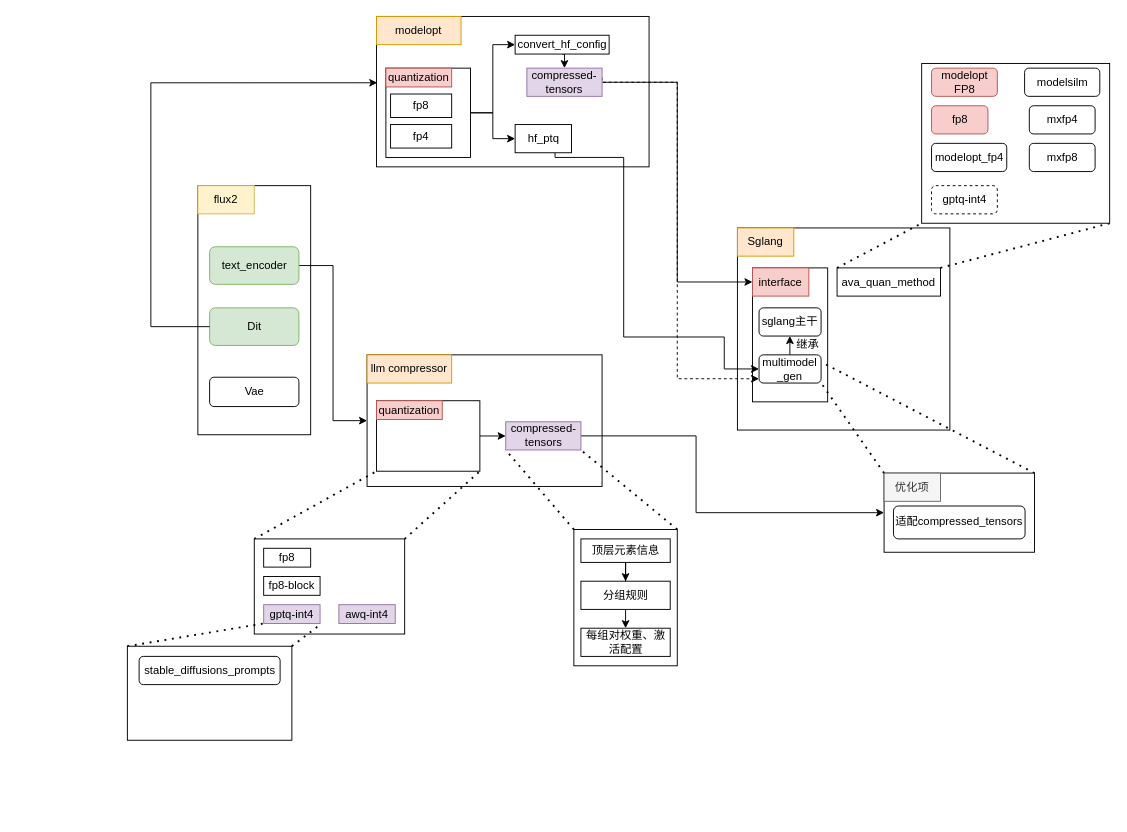
Above: resouces/llm_comperssor.drawio in mth-del/Ai_Infra (draw.io), before the change. Source tidied: cells renumbered, new cells numbered last; positions are measured from the earlier drawing's top-left corner, leaving out a move shared by most shapes. Both pictures are drawn from the tidied source at 94%, with x=0, y=0 at pixel (127, 16).
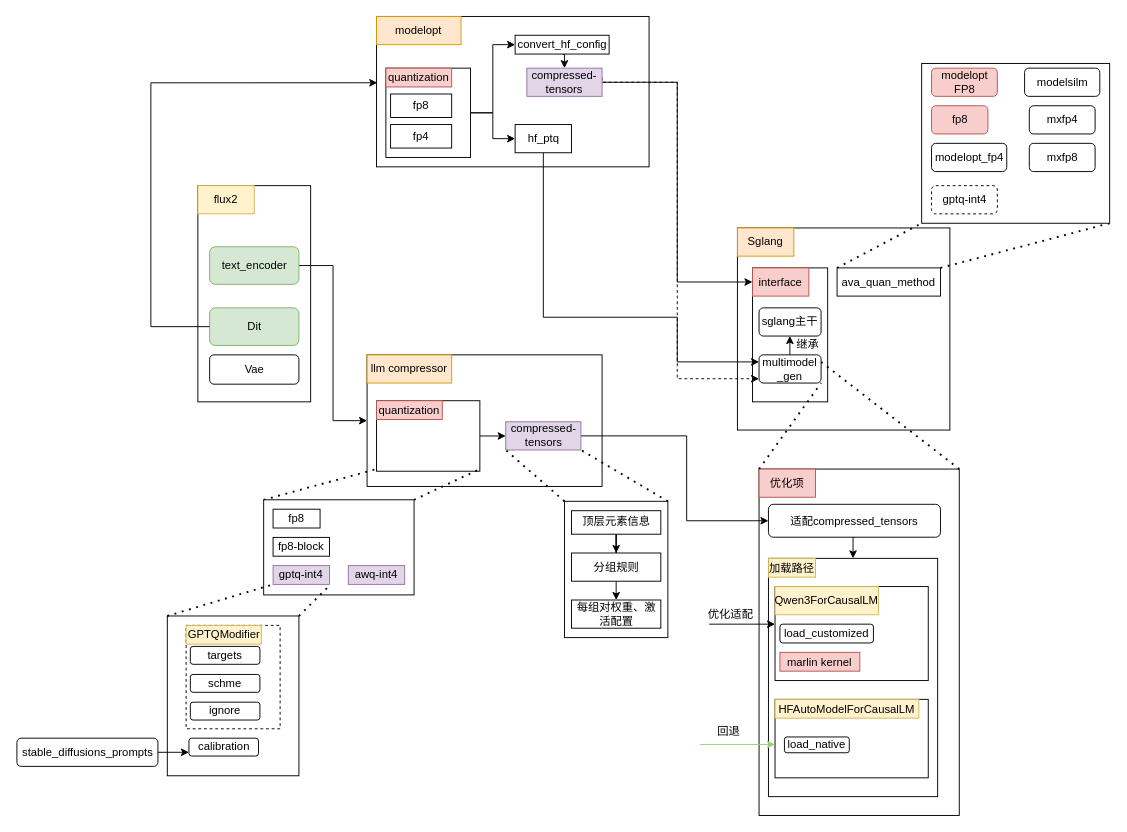
Above is the later version.

Unchanged cells that the change refers to:
```xml
<mxCell id="7" value="&lt;span style=&quot;font-size: 12px;&quot;&gt;compressed-tensors&lt;/span&gt;" style="rounded=0;whiteSpace=wrap;html=1;fillColor=#e1d5e7;strokeColor=#9673a6;" parent="1" vertex="1">
  <mxGeometry x="402.5" y="431.2" width="80" height="30" as="geometry" />
</mxCell>
<mxCell id="10" style="rounded=0;whiteSpace=wrap;html=1;" parent="1" vertex="1">
  <mxGeometry x="265" y="408.8" width="110" height="75" as="geometry" />
</mxCell>
<mxCell id="31" value="&lt;span style=&quot;font-size: 12px;&quot;&gt;hf_ptq&lt;/span&gt;" style="rounded=0;whiteSpace=wrap;html=1;" parent="1" vertex="1">
  <mxGeometry x="412.5" y="115" width="60" height="30" as="geometry" />
</mxCell>
<mxCell id="60" value="multimodel&lt;div&gt;_gen&lt;/div&gt;" style="rounded=1;whiteSpace=wrap;html=1;" parent="1" vertex="1">
  <mxGeometry x="672" y="360" width="66" height="30" as="geometry" />
</mxCell>
```

Change to the diagram source:
```diff
@@
+    <mxCell id="65" style="rounded=0;whiteSpace=wrap;html=1;" parent="1" vertex="1">
+      <mxGeometry x="672" y="481.5" width="213" height="368.5" as="geometry" />
+    </mxCell>
+    <mxCell id="75" style="edgeStyle=orthogonalEdgeStyle;rounded=0;jettySize=auto;html=1;exitX=0.5;exitY=1;exitDx=0;exitDy=0;entryX=0.5;entryY=0;entryDx=0;entryDy=0;" parent="1" edge="1" source="66" target="76">
+      <mxGeometry relative="1" as="geometry" />
+    </mxCell>
+    <mxCell id="66" value="适配compressed_tensors" style="rounded=1;whiteSpace=wrap;html=1;" parent="1" vertex="1">
+      <mxGeometry x="682" y="519" width="183" height="35" as="geometry" />
+    </mxCell>
+    <mxCell id="67" value="优化项" style="text;html=1;whiteSpace=wrap;strokeColor=#b85450;fillColor=#f8cecc;align=center;verticalAlign=middle;rounded=0;" parent="1" vertex="1">
+      <mxGeometry x="672" y="481.5" width="60" height="30" as="geometry" />
+    </mxCell>
+    <mxCell id="76" style="rounded=0;whiteSpace=wrap;html=1;" parent="1" vertex="1">
+      <mxGeometry x="682" y="576.5" width="180" height="253.5" as="geometry" />
+    </mxCell>
+    <mxCell id="77" style="rounded=0;whiteSpace=wrap;html=1;" parent="1" vertex="1">
+      <mxGeometry x="689" y="726.5" width="163" height="83.5" as="geometry" />
+    </mxCell>
+    <mxCell id="78" value="加载路径" style="text;html=1;whiteSpace=wrap;strokeColor=#d6b656;fillColor=#fff2cc;align=center;verticalAlign=middle;rounded=0;" parent="1" vertex="1">
+      <mxGeometry x="682" y="576.5" width="50" height="20" as="geometry" />
+    </mxCell>
+    <mxCell id="79" style="rounded=0;whiteSpace=wrap;html=1;" parent="1" vertex="1">
+      <mxGeometry x="689" y="606.5" width="163" height="100" as="geometry" />
+    </mxCell>
+    <mxCell id="80" value="HF&lt;span style=&quot;color: light-dark(rgb(0, 0, 0), rgb(255, 255, 255)); background-color: transparent;&quot;&gt;AutoModelForCausalLM&lt;/span&gt;" style="text;html=1;whiteSpace=wrap;strokeColor=#d6b656;fillColor=#fff2cc;align=center;verticalAlign=middle;rounded=0;" parent="1" vertex="1">
+      <mxGeometry x="689" y="726.5" width="153" height="20" as="geometry" />
+    </mxCell>
+    <mxCell id="81" value="Qwen3ForCausalLM" style="text;html=1;whiteSpace=wrap;strokeColor=#d6b656;fillColor=#fff2cc;align=center;verticalAlign=middle;rounded=0;" parent="1" vertex="1">
+      <mxGeometry x="689" y="606.5" width="110" height="30" as="geometry" />
+    </mxCell>
+    <mxCell id="72" style="rounded=0;whiteSpace=wrap;html=1;" parent="1" vertex="1">
+      <mxGeometry x="42.5" y="637.8" width="140" height="170" as="geometry" />
+    </mxCell>
+    <mxCell id="82" style="rounded=0;whiteSpace=wrap;html=1;dashed=1;" parent="1" vertex="1">
+      <mxGeometry x="62.5" y="647.8" width="100" height="110" as="geometry" />
+    </mxCell>
@@
-    <mxCell id="6" style="edgeStyle=orthogonalEdgeStyle;rounded=0;jettySize=auto;html=1;exitX=1;exitY=0.5;exitDx=0;exitDy=0;entryX=0;entryY=0.5;entryDx=0;entryDy=0;" parent="1" edge="1" source="7" target="65">
-      <mxGeometry relative="1" as="geometry">
-        <Array as="points">
-          <mxPoint x="605" y="446" />
-          <mxPoint x="605" y="528" />
-        </Array>
-      </mxGeometry>
-    </mxCell>
+    <mxCell id="83" style="edgeStyle=orthogonalEdgeStyle;rounded=0;jettySize=auto;html=1;exitX=1;exitY=0.5;exitDx=0;exitDy=0;entryX=0;entryY=0.5;entryDx=0;entryDy=0;" parent="1" edge="1" source="7" target="66">
+      <mxGeometry relative="1" as="geometry">
+        <Array as="points">
+          <mxPoint x="595" y="446" />
+          <mxPoint x="595" y="537" />
+        </Array>
+      </mxGeometry>
+    </mxCell>
@@
-    <mxCell id="12" style="endArrow=none;dashed=1;html=1;dashPattern=1 3;strokeWidth=2;rounded=0;entryX=0;entryY=1;entryDx=0;entryDy=0;exitX=0;exitY=0;exitDx=0;exitDy=0;" parent="1" edge="1" source="14" target="10">
-      <mxGeometry relative="1" as="geometry" />
+    <mxCell id="12" style="endArrow=none;dashed=1;html=1;dashPattern=1 3;strokeWidth=2;rounded=0;entryX=0;entryY=1;entryDx=0;entryDy=0;exitX=0;exitY=0;exitDx=0;exitDy=0;" parent="1" edge="1" source="14">
+      <mxGeometry relative="1" as="geometry">
+        <mxPoint x="265" y="481.5" as="targetPoint" />
+      </mxGeometry>
     </mxCell>
-    <mxCell id="13" style="endArrow=none;dashed=1;html=1;dashPattern=1 3;strokeWidth=2;rounded=0;entryX=1;entryY=1;entryDx=0;entryDy=0;exitX=1;exitY=0;exitDx=0;exitDy=0;" parent="1" edge="1" source="14" target="10">
-      <mxGeometry relative="1" as="geometry" />
+    <mxCell id="13" style="endArrow=none;dashed=1;html=1;dashPattern=1 3;strokeWidth=2;rounded=0;entryX=1;entryY=1;entryDx=0;entryDy=0;exitX=1;exitY=0;exitDx=0;exitDy=0;" parent="1" edge="1" source="14">
+      <mxGeometry relative="1" as="geometry">
+        <mxPoint x="375" y="481.5" as="targetPoint" />
+      </mxGeometry>
     </mxCell>
     <mxCell id="14" style="rounded=0;whiteSpace=wrap;html=1;" parent="1" vertex="1">
-      <mxGeometry x="135" y="555.8" width="160" height="101.2" as="geometry" />
+      <mxGeometry x="145" y="514.2" width="160" height="101.2" as="geometry" />
     </mxCell>
     <mxCell id="15" value="fp8" style="rounded=0;whiteSpace=wrap;html=1;" parent="1" vertex="1">
-      <mxGeometry x="145" y="565.8" width="50" height="20" as="geometry" />
+      <mxGeometry x="155" y="524.2" width="50" height="20" as="geometry" />
     </mxCell>
     <mxCell id="16" value="fp8-block" style="rounded=0;whiteSpace=wrap;html=1;" parent="1" vertex="1">
-      <mxGeometry x="145" y="595.8" width="60" height="20" as="geometry" />
+      <mxGeometry x="155" y="554.2" width="60" height="20" as="geometry" />
     </mxCell>
     <mxCell id="17" value="gptq-int4" style="rounded=0;whiteSpace=wrap;html=1;fillColor=#e1d5e7;strokeColor=#9673a6;" parent="1" vertex="1">
-      <mxGeometry x="145" y="625.8" width="60" height="20" as="geometry" />
+      <mxGeometry x="155" y="584.2" width="60" height="20" as="geometry" />
     </mxCell>
@@
-    <mxCell id="30" style="edgeStyle=orthogonalEdgeStyle;rounded=0;jettySize=auto;html=1;exitX=1;exitY=0.5;exitDx=0;exitDy=0;entryX=0;entryY=0.5;entryDx=0;entryDy=0;" parent="1" edge="1" target="60">
-      <mxGeometry relative="1" as="geometry">
-        <mxPoint x="455" y="145" as="sourcePoint" />
-        <Array as="points">
-          <mxPoint x="455" y="150" />
-          <mxPoint x="528" y="150" />
-          <mxPoint x="528" y="341" />
-          <mxPoint x="635" y="341" />
-          <mxPoint x="635" y="375" />
-        </Array>
-      </mxGeometry>
-    </mxCell>
+    <mxCell id="84" style="edgeStyle=orthogonalEdgeStyle;rounded=0;jettySize=auto;html=1;exitX=0.5;exitY=1;exitDx=0;exitDy=0;entryX=0;entryY=0.25;entryDx=0;entryDy=0;" parent="1" edge="1" source="31" target="60">
+      <mxGeometry relative="1" as="geometry">
+        <Array as="points">
+          <mxPoint x="443" y="320" />
+          <mxPoint x="585" y="320" />
+          <mxPoint x="585" y="368" />
+        </Array>
+      </mxGeometry>
+    </mxCell>
@@
     <mxCell id="42" style="rounded=0;whiteSpace=wrap;html=1;" parent="1" vertex="1">
-      <mxGeometry x="475" y="545.8" width="110" height="145" as="geometry" />
+      <mxGeometry x="465" y="515.8" width="110" height="145" as="geometry" />
     </mxCell>
@@
     <mxCell id="44" value="顶层元素信息" style="rounded=0;whiteSpace=wrap;html=1;" parent="1" vertex="1">
-      <mxGeometry x="482.5" y="555.8" width="95" height="25" as="geometry" />
+      <mxGeometry x="472.5" y="525.8" width="95" height="25" as="geometry" />
     </mxCell>
@@
     <mxCell id="46" value="分组规则" style="rounded=0;whiteSpace=wrap;html=1;" parent="1" vertex="1">
-      <mxGeometry x="482.5" y="600.8" width="95" height="30" as="geometry" />
+      <mxGeometry x="472.5" y="570.8" width="95" height="30" as="geometry" />
     </mxCell>
     <mxCell id="47" value="每组对权重、激活配置" style="rounded=0;whiteSpace=wrap;html=1;" parent="1" vertex="1">
-      <mxGeometry x="482.5" y="650.8" width="95" height="30" as="geometry" />
+      <mxGeometry x="472.5" y="620.8" width="95" height="30" as="geometry" />
     </mxCell>
@@
     <mxCell id="53" style="rounded=0;whiteSpace=wrap;html=1;" parent="1" vertex="1">
-      <mxGeometry x="75" y="180" width="120" height="265" as="geometry" />
+      <mxGeometry x="75" y="180" width="120" height="230" as="geometry" />
     </mxCell>
@@
     <mxCell id="58" value="Vae" style="rounded=1;whiteSpace=wrap;html=1;" parent="1" vertex="1">
-      <mxGeometry x="87.5" y="383.8" width="95" height="31.2" as="geometry" />
+      <mxGeometry x="87.5" y="360" width="95" height="31.2" as="geometry" />
     </mxCell>
@@
-    <mxCell id="65" style="rounded=0;whiteSpace=wrap;html=1;" parent="1" vertex="1">
-      <mxGeometry x="805" y="485.8" width="160" height="84.2" as="geometry" />
-    </mxCell>
-    <mxCell id="66" value="适配compressed_tensors" style="rounded=1;whiteSpace=wrap;html=1;" parent="1" vertex="1">
-      <mxGeometry x="815" y="520.8" width="140" height="35" as="geometry" />
-    </mxCell>
-    <mxCell id="67" value="优化项" style="text;html=1;whiteSpace=wrap;strokeColor=#666666;fillColor=#f5f5f5;align=center;verticalAlign=middle;rounded=0;fontColor=#333333;" parent="1" vertex="1">
-      <mxGeometry x="805" y="485.8" width="60" height="30" as="geometry" />
-    </mxCell>
@@
     <mxCell id="71" value="awq-int4" style="rounded=0;whiteSpace=wrap;html=1;fillColor=#e1d5e7;strokeColor=#9673a6;" parent="1" vertex="1">
-      <mxGeometry x="225" y="625.8" width="60" height="20" as="geometry" />
+      <mxGeometry x="235" y="584.2" width="60" height="20" as="geometry" />
     </mxCell>
-    <mxCell id="72" style="rounded=0;whiteSpace=wrap;html=1;" parent="1" vertex="1">
-      <mxGeometry y="670" width="175" height="100" as="geometry" />
-    </mxCell>
+    <mxCell id="85" style="edgeStyle=orthogonalEdgeStyle;rounded=0;jettySize=auto;html=1;exitX=1;exitY=0.5;exitDx=0;exitDy=0;entryX=0;entryY=0.75;entryDx=0;entryDy=0;" parent="1" edge="1" source="73" target="89">
+      <mxGeometry relative="1" as="geometry" />
+    </mxCell>
     <mxCell id="73" value="stable_diffusions_prompts" style="rounded=1;whiteSpace=wrap;html=1;" parent="1" vertex="1">
-      <mxGeometry x="12.5" y="680.8" width="150" height="30" as="geometry" />
+      <mxGeometry x="-117.5" y="767.8" width="150" height="30" as="geometry" />
     </mxCell>
@@
+    <mxCell id="86" value="targets" style="rounded=1;whiteSpace=wrap;html=1;" parent="1" vertex="1">
+      <mxGeometry x="67" y="670.2" width="74" height="19" as="geometry" />
+    </mxCell>
+    <mxCell id="87" value="schme" style="rounded=1;whiteSpace=wrap;html=1;" parent="1" vertex="1">
+      <mxGeometry x="67" y="700" width="74" height="19" as="geometry" />
+    </mxCell>
+    <mxCell id="88" value="ignore" style="rounded=1;whiteSpace=wrap;html=1;" parent="1" vertex="1">
+      <mxGeometry x="67" y="729.5" width="74" height="19" as="geometry" />
+    </mxCell>
+    <mxCell id="89" value="calibration" style="rounded=1;whiteSpace=wrap;html=1;" parent="1" vertex="1">
+      <mxGeometry x="65.5" y="767.8" width="74" height="19" as="geometry" />
+    </mxCell>
+    <mxCell id="90" value="GPTQModifier" style="text;html=1;whiteSpace=wrap;strokeColor=#d6b656;fillColor=#fff2cc;align=center;verticalAlign=middle;rounded=0;" parent="1" vertex="1">
+      <mxGeometry x="62.5" y="647.8" width="80" height="20" as="geometry" />
+    </mxCell>
+    <mxCell id="91" value="load_customized" style="rounded=1;whiteSpace=wrap;html=1;" parent="1" vertex="1">
+      <mxGeometry x="694.2" y="646.5" width="99.5" height="20" as="geometry" />
+    </mxCell>
+    <mxCell id="92" value="load_native" style="rounded=1;whiteSpace=wrap;html=1;" parent="1" vertex="1">
+      <mxGeometry x="699" y="766.5" width="69" height="16.8" as="geometry" />
+    </mxCell>
+    <mxCell id="93" value="marlin kernel" style="rounded=0;whiteSpace=wrap;html=1;fillColor=#f8cecc;strokeColor=#b85450;" parent="1" vertex="1">
+      <mxGeometry x="694.2" y="676.5" width="85" height="20" as="geometry" />
+    </mxCell>
+    <mxCell id="94" style="endArrow=classic;html=1;rounded=0;strokeColor=#97D077;" parent="1" edge="1">
+      <mxGeometry relative="1" as="geometry">
+        <mxPoint x="609" y="774.5" as="sourcePoint" />
+        <mxPoint x="689" y="774.5" as="targetPoint" />
+      </mxGeometry>
+    </mxCell>
+    <mxCell id="95" value="回退" style="text;html=1;whiteSpace=wrap;strokeColor=none;fillColor=none;align=center;verticalAlign=middle;rounded=0;" parent="1" vertex="1">
+      <mxGeometry x="615" y="750.8" width="50" height="20" as="geometry" />
+    </mxCell>
+    <mxCell id="96" style="endArrow=classic;html=1;rounded=0;" parent="1" edge="1">
+      <mxGeometry relative="1" as="geometry">
+        <mxPoint x="619" y="646.5" as="sourcePoint" />
+        <mxPoint x="689" y="646.5" as="targetPoint" />
+      </mxGeometry>
+    </mxCell>
+    <mxCell id="97" value="优化适配" style="text;html=1;whiteSpace=wrap;strokeColor=none;fillColor=none;align=center;verticalAlign=middle;rounded=0;" parent="1" vertex="1">
+      <mxGeometry x="612" y="625.8" width="60" height="20" as="geometry" />
+    </mxCell>
```
